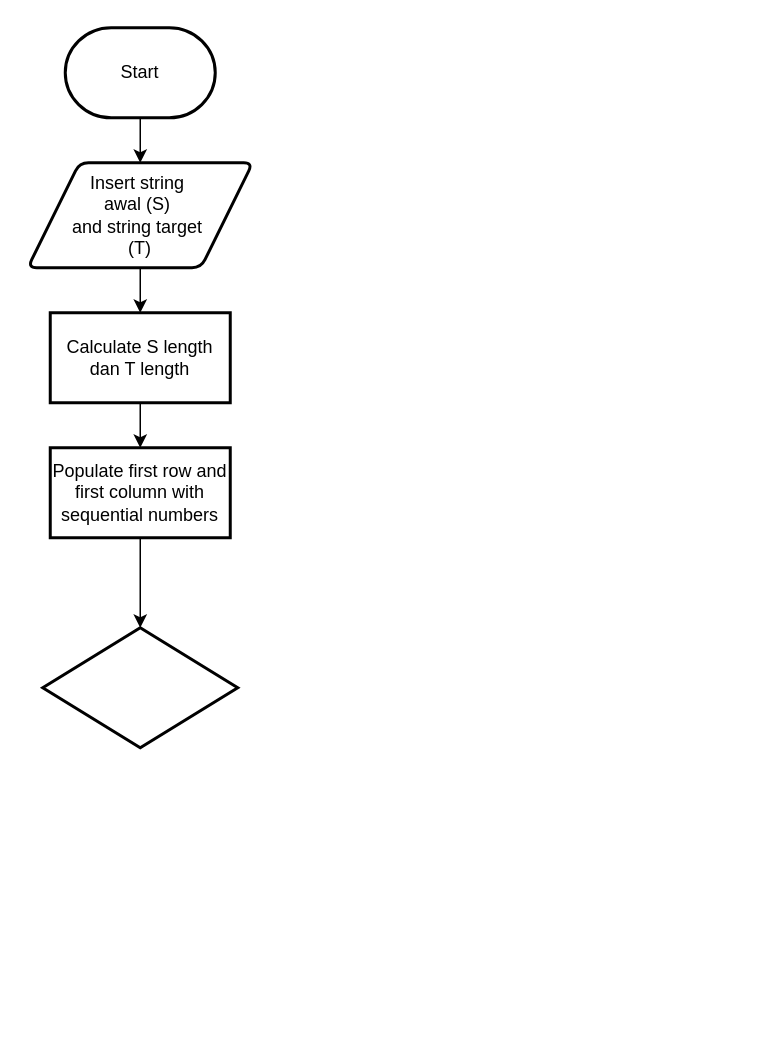
Before: Diagram-LD.drawio in jezreelkosasih/diagram, a draw.io diagram. Source tidied: cells renumbered, new cells numbered last; positions are measured from the earlier drawing's top-left corner, leaving out a move shared by most shapes. Both pictures are drawn from the tidied source at 150%, with x=0, y=0 at pixel (27, 27).
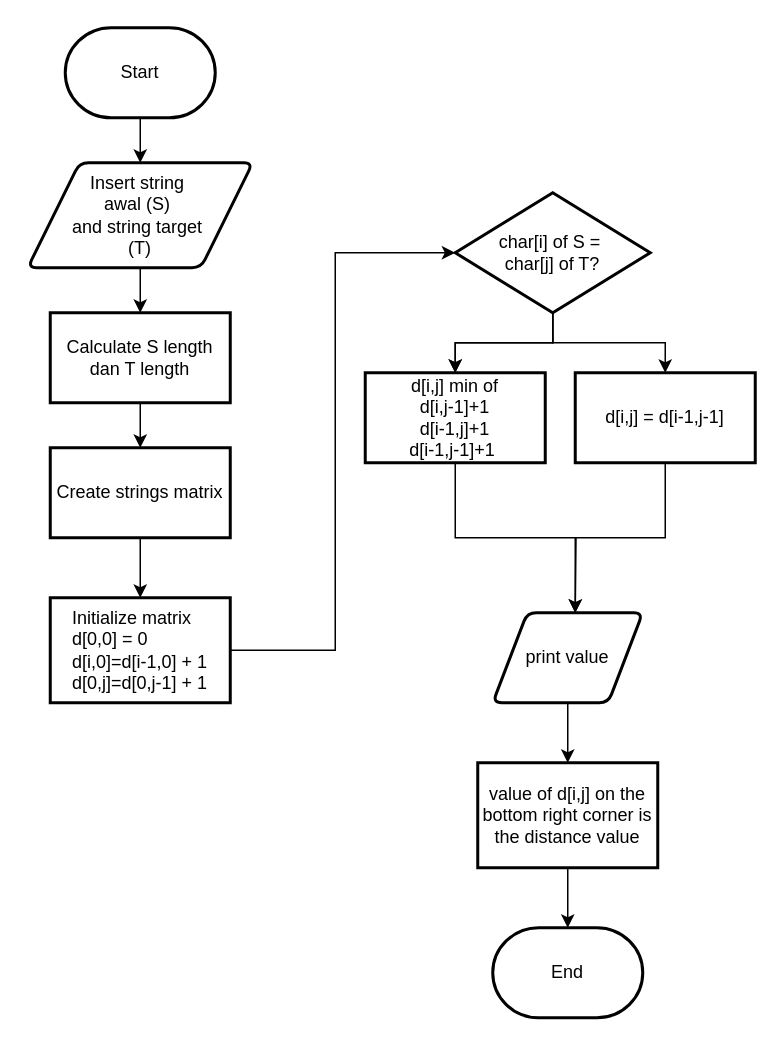
After the change.

Diff of the diagram source:
```diff
@@
-    <mxCell id="6" style="edgeStyle=orthogonalEdgeStyle;rounded=0;jettySize=auto;html=1;" parent="1" edge="1" source="7" target="8">
-      <mxGeometry relative="1" as="geometry" />
+    <mxCell id="6" style="edgeStyle=orthogonalEdgeStyle;rounded=0;jettySize=auto;html=1;" parent="1" edge="1" source="15" target="8">
+      <mxGeometry relative="1" as="geometry">
+        <Array as="points">
+          <mxPoint x="205" y="415" />
+          <mxPoint x="205" y="150" />
+        </Array>
+      </mxGeometry>
     </mxCell>
-    <mxCell id="7" value="&lt;span style=&quot;text-align: left;&quot;&gt;Populate &lt;/span&gt;&lt;span style=&quot;border: 0px solid rgb(227, 227, 227); box-sizing: border-box; --tw-border-spacing-x: 0; --tw-border-spacing-y: 0; --tw-translate-x: 0; --tw-translate-y: 0; --tw-rotate: 0; --tw-skew-x: 0; --tw-skew-y: 0; --tw-scale-x: 1; --tw-scale-y: 1; --tw-pan-x: ; --tw-pan-y: ; --tw-pinch-zoom: ; --tw-scroll-snap-strictness: proximity; --tw-gradient-from-position: ; --tw-gradient-via-position: ; --tw-gradient-to-position: ; --tw-ordinal: ; --tw-slashed-zero: ; --tw-numeric-figure: ; --tw-numeric-spacing: ; --tw-numeric-fraction: ; --tw-ring-inset: ; --tw-ring-offset-width: 0px; --tw-ring-offset-color: #fff; --tw-ring-color: rgba(69,89,164,.5); --tw-ring-offset-shadow: 0 0 transparent; --tw-ring-shadow: 0 0 transparent; --tw-shadow: 0 0 transparent; --tw-shadow-colored: 0 0 transparent; --tw-blur: ; --tw-brightness: ; --tw-contrast: ; --tw-grayscale: ; --tw-hue-rotate: ; --tw-invert: ; --tw-saturate: ; --tw-sepia: ; --tw-drop-shadow: ; --tw-backdrop-blur: ; --tw-backdrop-brightness: ; --tw-backdrop-contrast: ; --tw-backdrop-grayscale: ; --tw-backdrop-hue-rotate: ; --tw-backdrop-invert: ; --tw-backdrop-opacity: ; --tw-backdrop-saturate: ; --tw-backdrop-sepia: ; text-align: left;&quot; class=&quot;hljs-keyword&quot;&gt;first&lt;/span&gt;&lt;span style=&quot;text-align: left;&quot;&gt; &lt;/span&gt;&lt;span style=&quot;border: 0px solid rgb(227, 227, 227); box-sizing: border-box; --tw-border-spacing-x: 0; --tw-border-spacing-y: 0; --tw-translate-x: 0; --tw-translate-y: 0; --tw-rotate: 0; --tw-skew-x: 0; --tw-skew-y: 0; --tw-scale-x: 1; --tw-scale-y: 1; --tw-pan-x: ; --tw-pan-y: ; --tw-pinch-zoom: ; --tw-scroll-snap-strictness: proximity; --tw-gradient-from-position: ; --tw-gradient-via-position: ; --tw-gradient-to-position: ; --tw-ordinal: ; --tw-slashed-zero: ; --tw-numeric-figure: ; --tw-numeric-spacing: ; --tw-numeric-fraction: ; --tw-ring-inset: ; --tw-ring-offset-width: 0px; --tw-ring-offset-color: #fff; --tw-ring-color: rgba(69,89,164,.5); --tw-ring-offset-shadow: 0 0 transparent; --tw-ring-shadow: 0 0 transparent; --tw-shadow: 0 0 transparent; --tw-shadow-colored: 0 0 transparent; --tw-blur: ; --tw-brightness: ; --tw-contrast: ; --tw-grayscale: ; --tw-hue-rotate: ; --tw-invert: ; --tw-saturate: ; --tw-sepia: ; --tw-drop-shadow: ; --tw-backdrop-blur: ; --tw-backdrop-brightness: ; --tw-backdrop-contrast: ; --tw-backdrop-grayscale: ; --tw-backdrop-hue-rotate: ; --tw-backdrop-invert: ; --tw-backdrop-opacity: ; --tw-backdrop-saturate: ; --tw-backdrop-sepia: ; text-align: left;&quot; class=&quot;hljs-type&quot;&gt;row&lt;/span&gt;&lt;span style=&quot;text-align: left;&quot;&gt; &lt;/span&gt;&lt;span style=&quot;border: 0px solid rgb(227, 227, 227); box-sizing: border-box; --tw-border-spacing-x: 0; --tw-border-spacing-y: 0; --tw-translate-x: 0; --tw-translate-y: 0; --tw-rotate: 0; --tw-skew-x: 0; --tw-skew-y: 0; --tw-scale-x: 1; --tw-scale-y: 1; --tw-pan-x: ; --tw-pan-y: ; --tw-pinch-zoom: ; --tw-scroll-snap-strictness: proximity; --tw-gradient-from-position: ; --tw-gradient-via-position: ; --tw-gradient-to-position: ; --tw-ordinal: ; --tw-slashed-zero: ; --tw-numeric-figure: ; --tw-numeric-spacing: ; --tw-numeric-fraction: ; --tw-ring-inset: ; --tw-ring-offset-width: 0px; --tw-ring-offset-color: #fff; --tw-ring-color: rgba(69,89,164,.5); --tw-ring-offset-shadow: 0 0 transparent; --tw-ring-shadow: 0 0 transparent; --tw-shadow: 0 0 transparent; --tw-shadow-colored: 0 0 transparent; --tw-blur: ; --tw-brightness: ; --tw-contrast: ; --tw-grayscale: ; --tw-hue-rotate: ; --tw-invert: ; --tw-saturate: ; --tw-sepia: ; --tw-drop-shadow: ; --tw-backdrop-blur: ; --tw-backdrop-brightness: ; --tw-backdrop-contrast: ; --tw-backdrop-grayscale: ; --tw-backdrop-hue-rotate: ; --tw-backdrop-invert: ; --tw-backdrop-opacity: ; --tw-backdrop-saturate: ; --tw-backdrop-sepia: ; text-align: left;&quot; class=&quot;hljs-keyword&quot;&gt;and&lt;/span&gt;&lt;span style=&quot;text-align: left;&quot;&gt; &lt;/span&gt;&lt;span style=&quot;border: 0px solid rgb(227, 227, 227); box-sizing: border-box; --tw-border-spacing-x: 0; --tw-border-spacing-y: 0; --tw-translate-x: 0; --tw-translate-y: 0; --tw-rotate: 0; --tw-skew-x: 0; --tw-skew-y: 0; --tw-scale-x: 1; --tw-scale-y: 1; --tw-pan-x: ; --tw-pan-y: ; --tw-pinch-zoom: ; --tw-scroll-snap-strictness: proximity; --tw-gradient-from-position: ; --tw-gradient-via-position: ; --tw-gradient-to-position: ; --tw-ordinal: ; --tw-slashed-zero: ; --tw-numeric-figure: ; --tw-numeric-spacing: ; --tw-numeric-fraction: ; --tw-ring-inset: ; --tw-ring-offset-width: 0px; --tw-ring-offset-color: #fff; --tw-ring-color: rgba(69,89,164,.5); --tw-ring-offset-shadow: 0 0 transparent; --tw-ring-shadow: 0 0 transparent; --tw-shadow: 0 0 transparent; --tw-shadow-colored: 0 0 transparent; --tw-blur: ; --tw-brightness: ; --tw-contrast: ; --tw-grayscale: ; --tw-hue-rotate: ; --tw-invert: ; --tw-saturate: ; --tw-sepia: ; --tw-drop-shadow: ; --tw-backdrop-blur: ; --tw-backdrop-brightness: ; --tw-backdrop-contrast: ; --tw-backdrop-grayscale: ; --tw-backdrop-hue-rotate: ; --tw-backdrop-invert: ; --tw-backdrop-opacity: ; --tw-backdrop-saturate: ; --tw-backdrop-sepia: ; text-align: left;&quot; class=&quot;hljs-keyword&quot;&gt;first&lt;/span&gt;&lt;span style=&quot;text-align: left;&quot;&gt; &lt;/span&gt;&lt;span style=&quot;border: 0px solid rgb(227, 227, 227); box-sizing: border-box; --tw-border-spacing-x: 0; --tw-border-spacing-y: 0; --tw-translate-x: 0; --tw-translate-y: 0; --tw-rotate: 0; --tw-skew-x: 0; --tw-skew-y: 0; --tw-scale-x: 1; --tw-scale-y: 1; --tw-pan-x: ; --tw-pan-y: ; --tw-pinch-zoom: ; --tw-scroll-snap-strictness: proximity; --tw-gradient-from-position: ; --tw-gradient-via-position: ; --tw-gradient-to-position: ; --tw-ordinal: ; --tw-slashed-zero: ; --tw-numeric-figure: ; --tw-numeric-spacing: ; --tw-numeric-fraction: ; --tw-ring-inset: ; --tw-ring-offset-width: 0px; --tw-ring-offset-color: #fff; --tw-ring-color: rgba(69,89,164,.5); --tw-ring-offset-shadow: 0 0 transparent; --tw-ring-shadow: 0 0 transparent; --tw-shadow: 0 0 transparent; --tw-shadow-colored: 0 0 transparent; --tw-blur: ; --tw-brightness: ; --tw-contrast: ; --tw-grayscale: ; --tw-hue-rotate: ; --tw-invert: ; --tw-saturate: ; --tw-sepia: ; --tw-drop-shadow: ; --tw-backdrop-blur: ; --tw-backdrop-brightness: ; --tw-backdrop-contrast: ; --tw-backdrop-grayscale: ; --tw-backdrop-hue-rotate: ; --tw-backdrop-invert: ; --tw-backdrop-opacity: ; --tw-backdrop-saturate: ; --tw-backdrop-sepia: ; text-align: left;&quot; class=&quot;hljs-keyword&quot;&gt;column&lt;/span&gt;&lt;span style=&quot;text-align: left;&quot;&gt; &lt;/span&gt;&lt;span style=&quot;border: 0px solid rgb(227, 227, 227); box-sizing: border-box; --tw-border-spacing-x: 0; --tw-border-spacing-y: 0; --tw-translate-x: 0; --tw-translate-y: 0; --tw-rotate: 0; --tw-skew-x: 0; --tw-skew-y: 0; --tw-scale-x: 1; --tw-scale-y: 1; --tw-pan-x: ; --tw-pan-y: ; --tw-pinch-zoom: ; --tw-scroll-snap-strictness: proximity; --tw-gradient-from-position: ; --tw-gradient-via-position: ; --tw-gradient-to-position: ; --tw-ordinal: ; --tw-slashed-zero: ; --tw-numeric-figure: ; --tw-numeric-spacing: ; --tw-numeric-fraction: ; --tw-ring-inset: ; --tw-ring-offset-width: 0px; --tw-ring-offset-color: #fff; --tw-ring-color: rgba(69,89,164,.5); --tw-ring-offset-shadow: 0 0 transparent; --tw-ring-shadow: 0 0 transparent; --tw-shadow: 0 0 transparent; --tw-shadow-colored: 0 0 transparent; --tw-blur: ; --tw-brightness: ; --tw-contrast: ; --tw-grayscale: ; --tw-hue-rotate: ; --tw-invert: ; --tw-saturate: ; --tw-sepia: ; --tw-drop-shadow: ; --tw-backdrop-blur: ; --tw-backdrop-brightness: ; --tw-backdrop-contrast: ; --tw-backdrop-grayscale: ; --tw-backdrop-hue-rotate: ; --tw-backdrop-invert: ; --tw-backdrop-opacity: ; --tw-backdrop-saturate: ; --tw-backdrop-sepia: ; text-align: left;&quot; class=&quot;hljs-keyword&quot;&gt;with&lt;/span&gt;&lt;span style=&quot;text-align: left;&quot;&gt; sequential numbers&lt;/span&gt;" style="whiteSpace=wrap;html=1;strokeWidth=2;" parent="1" vertex="1">
+    <mxCell id="7" value="&lt;div style=&quot;text-align: left;&quot;&gt;&lt;span style=&quot;background-color: initial;&quot;&gt;Create strings matrix&lt;/span&gt;&lt;/div&gt;" style="whiteSpace=wrap;html=1;strokeWidth=2;" parent="1" vertex="1">
       <mxGeometry x="15" y="280" width="120" height="60" as="geometry" />
     </mxCell>
+    <mxCell id="11" style="edgeStyle=orthogonalEdgeStyle;rounded=0;jettySize=auto;html=1;" parent="1" edge="1" source="8" target="17">
+      <mxGeometry relative="1" as="geometry" />
+    </mxCell>
+    <mxCell id="12" style="edgeStyle=orthogonalEdgeStyle;rounded=0;jettySize=auto;html=1;" parent="1" edge="1" source="8" target="17">
+      <mxGeometry relative="1" as="geometry" />
+    </mxCell>
+    <mxCell id="13" style="edgeStyle=orthogonalEdgeStyle;rounded=0;jettySize=auto;html=1;" parent="1" edge="1" source="8" target="19">
+      <mxGeometry relative="1" as="geometry" />
+    </mxCell>
-    <mxCell id="8" style="rhombus;whiteSpace=wrap;html=1;strokeWidth=2;" parent="1" vertex="1">
-      <mxGeometry x="10" y="400" width="130" height="80" as="geometry" />
+    <mxCell id="8" value="char[i] of S =&amp;nbsp;&lt;div&gt;char[j] of T?&lt;/div&gt;" style="rhombus;whiteSpace=wrap;html=1;strokeWidth=2;" parent="1" vertex="1">
+      <mxGeometry x="285" y="110" width="130" height="80" as="geometry" />
     </mxCell>
@@
+    <mxCell id="14" style="edgeStyle=orthogonalEdgeStyle;rounded=0;jettySize=auto;html=1;" parent="1" edge="1" source="7" target="15">
+      <mxGeometry relative="1" as="geometry" />
+    </mxCell>
+    <mxCell id="15" value="&lt;div style=&quot;text-align: left;&quot;&gt;&lt;span style=&quot;background-color: initial;&quot;&gt;Initialize matrix&lt;/span&gt;&lt;/div&gt;&lt;div style=&quot;text-align: left;&quot;&gt;&lt;span style=&quot;background-color: initial;&quot;&gt;d[0,0] = 0&lt;/span&gt;&lt;/div&gt;&lt;div style=&quot;text-align: left;&quot;&gt;&lt;span style=&quot;background-color: initial;&quot;&gt;d[i,0]=d[i-1,0] + 1&lt;/span&gt;&lt;/div&gt;&lt;div style=&quot;text-align: left;&quot;&gt;&lt;span style=&quot;background-color: initial;&quot;&gt;d[0,j]=d[0,j-1] + 1&lt;/span&gt;&lt;/div&gt;" style="whiteSpace=wrap;html=1;strokeWidth=2;" parent="1" vertex="1">
+      <mxGeometry x="15" y="380" width="120" height="70" as="geometry" />
+    </mxCell>
+    <mxCell id="16" style="edgeStyle=orthogonalEdgeStyle;rounded=0;jettySize=auto;html=1;" parent="1" edge="1" source="17">
+      <mxGeometry relative="1" as="geometry">
+        <mxPoint x="365" y="390" as="targetPoint" />
+        <Array as="points">
+          <mxPoint x="285" y="340" />
+          <mxPoint x="365" y="340" />
+        </Array>
+      </mxGeometry>
+    </mxCell>
+    <mxCell id="17" value="d[i,j] min of&lt;div&gt;d[i,j-1]+1&lt;/div&gt;&lt;div&gt;d[i-1,j]+1&lt;/div&gt;&lt;div&gt;d[i-1,j-1]+1&amp;nbsp;&lt;/div&gt;" style="whiteSpace=wrap;html=1;strokeWidth=2;" parent="1" vertex="1">
+      <mxGeometry x="225" y="230" width="120" height="60" as="geometry" />
+    </mxCell>
+    <mxCell id="18" style="edgeStyle=orthogonalEdgeStyle;rounded=0;jettySize=auto;html=1;" parent="1" edge="1" source="19">
+      <mxGeometry relative="1" as="geometry">
+        <mxPoint x="365" y="390" as="targetPoint" />
+      </mxGeometry>
+    </mxCell>
+    <mxCell id="19" value="d[i,j] = d[i-1,j-1]" style="whiteSpace=wrap;html=1;strokeWidth=2;" parent="1" vertex="1">
+      <mxGeometry x="365" y="230" width="120" height="60" as="geometry" />
+    </mxCell>
+    <mxCell id="20" style="edgeStyle=orthogonalEdgeStyle;rounded=0;jettySize=auto;html=1;" parent="1" edge="1" source="21" target="23">
+      <mxGeometry relative="1" as="geometry" />
+    </mxCell>
+    <mxCell id="21" value="print value" style="shape=parallelogram;html=1;strokeWidth=2;perimeter=parallelogramPerimeter;whiteSpace=wrap;rounded=1;arcSize=12;size=0.23;" parent="1" vertex="1">
+      <mxGeometry x="310" y="390" width="100" height="60" as="geometry" />
+    </mxCell>
+    <mxCell id="22" style="edgeStyle=orthogonalEdgeStyle;rounded=0;jettySize=auto;html=1;" parent="1" edge="1" source="23" target="24">
+      <mxGeometry relative="1" as="geometry" />
+    </mxCell>
+    <mxCell id="23" value="&lt;div style=&quot;&quot;&gt;&lt;span style=&quot;&quot;&gt;value of d[i,j] on the bottom right corner is the distance value&lt;/span&gt;&lt;br&gt;&lt;/div&gt;" style="whiteSpace=wrap;html=1;strokeWidth=2;align=center;" parent="1" vertex="1">
+      <mxGeometry x="300" y="490" width="120" height="70" as="geometry" />
+    </mxCell>
+    <mxCell id="24" value="End" style="strokeWidth=2;html=1;shape=mxgraph.flowchart.terminator;whiteSpace=wrap;" parent="1" vertex="1">
+      <mxGeometry x="310" y="600" width="100" height="60" as="geometry" />
+    </mxCell>
```
